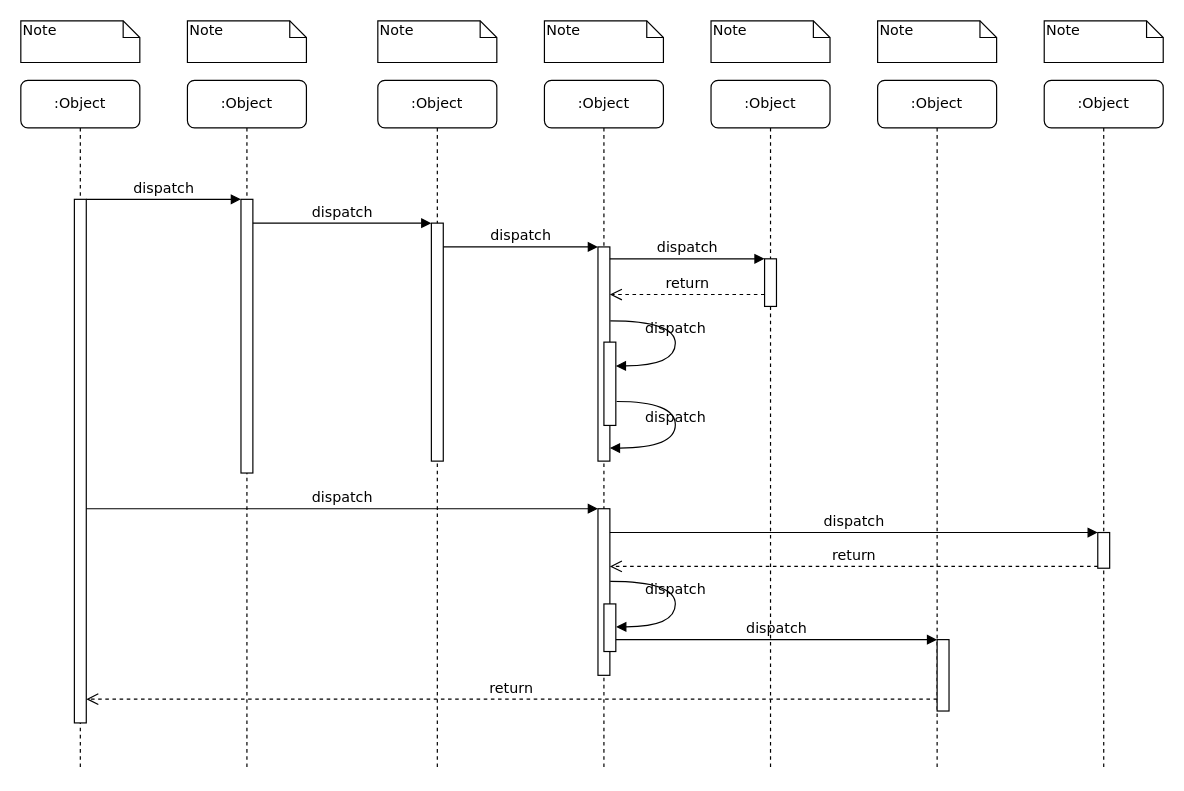
Earlier version of the draw.io diagram Untitled Diagram.drawio (ryota-kawachi/ryota-kawachi.github.io). Source tidied: cells renumbered, new cells numbered last; positions are measured from the earlier drawing's top-left corner, leaving out a move shared by most shapes. Both pictures are drawn from the tidied source at 119%, with x=0, y=0 at pixel (20, 20).
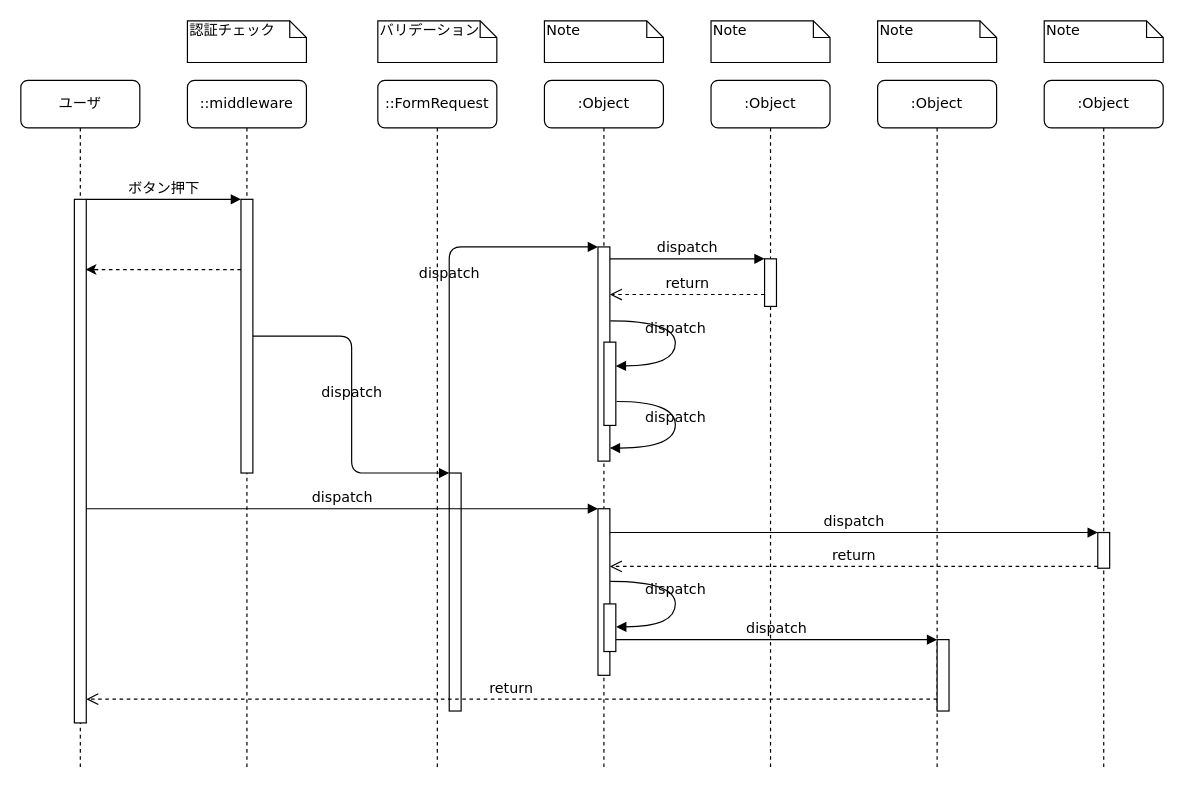
The same page after the edit.

The change refers to these unchanged cells:
```xml
<mxCell id="3" style="html=1;points=[];perimeter=orthogonalPerimeter;rounded=0;shadow=0;comic=0;labelBackgroundColor=none;strokeWidth=1;fontFamily=Verdana;fontSize=12;align=center;" parent="2" vertex="1">
  <mxGeometry x="45" y="100" width="10" height="230" as="geometry" />
</mxCell>
<mxCell id="11" style="html=1;points=[];perimeter=orthogonalPerimeter;rounded=0;shadow=0;comic=0;labelBackgroundColor=none;strokeWidth=1;fontFamily=Verdana;fontSize=12;align=center;" parent="10" vertex="1">
  <mxGeometry x="45" y="100" width="10" height="440" as="geometry" />
</mxCell>
```

Change to the diagram source:
```diff
@@
-    <mxCell id="2" value=":Object" style="shape=umlLifeline;perimeter=lifelinePerimeter;whiteSpace=wrap;html=1;rounded=1;shadow=0;comic=0;labelBackgroundColor=none;strokeWidth=1;fontFamily=Verdana;fontSize=12;align=center;" parent="1" vertex="1">
+    <mxCell id="2" value="::middleware" style="shape=umlLifeline;perimeter=lifelinePerimeter;whiteSpace=wrap;html=1;rounded=1;shadow=0;comic=0;labelBackgroundColor=none;strokeWidth=1;fontFamily=Verdana;fontSize=12;align=center;" parent="1" vertex="1">
       <mxGeometry x="140" y="50" width="100" height="580" as="geometry" />
     </mxCell>
@@
+    <mxCell id="39" style="endArrow=none;dashed=1;html=1;rounded=0;" parent="2" edge="1">
+      <mxGeometry relative="1" as="geometry">
+        <mxPoint x="-84" y="159" as="sourcePoint" />
+        <mxPoint x="45.5" y="159" as="targetPoint" />
+      </mxGeometry>
+    </mxCell>
-    <mxCell id="4" value=":Object" style="shape=umlLifeline;perimeter=lifelinePerimeter;whiteSpace=wrap;html=1;rounded=1;shadow=0;comic=0;labelBackgroundColor=none;strokeWidth=1;fontFamily=Verdana;fontSize=12;align=center;" parent="1" vertex="1">
+    <mxCell id="4" value="::FormRequest" style="shape=umlLifeline;perimeter=lifelinePerimeter;whiteSpace=wrap;html=1;rounded=1;shadow=0;comic=0;labelBackgroundColor=none;strokeWidth=1;fontFamily=Verdana;fontSize=12;align=center;" parent="1" vertex="1">
       <mxGeometry x="300" y="50" width="100" height="580" as="geometry" />
     </mxCell>
     <mxCell id="5" style="html=1;points=[];perimeter=orthogonalPerimeter;rounded=0;shadow=0;comic=0;labelBackgroundColor=none;strokeWidth=1;fontFamily=Verdana;fontSize=12;align=center;" parent="4" vertex="1">
-      <mxGeometry x="45" y="120" width="10" height="200" as="geometry" />
+      <mxGeometry x="60" y="330" width="10" height="200" as="geometry" />
     </mxCell>
@@
-    <mxCell id="10" value=":Object" style="shape=umlLifeline;perimeter=lifelinePerimeter;whiteSpace=wrap;html=1;rounded=1;shadow=0;comic=0;labelBackgroundColor=none;strokeWidth=1;fontFamily=Verdana;fontSize=12;align=center;" parent="1" vertex="1">
+    <mxCell id="10" value="ユーザ" style="shape=umlLifeline;perimeter=lifelinePerimeter;whiteSpace=wrap;html=1;rounded=1;shadow=0;comic=0;labelBackgroundColor=none;strokeWidth=1;fontFamily=Verdana;fontSize=12;align=center;" parent="1" vertex="1">
       <mxGeometry y="50" width="100" height="580" as="geometry" />
     </mxCell>
@@
-    <mxCell id="25" value="dispatch" style="html=1;verticalAlign=bottom;endArrow=block;entryX=0;entryY=0;labelBackgroundColor=none;fontFamily=Verdana;fontSize=12;edgeStyle=elbowEdgeStyle;elbow=vertical;" parent="1" edge="1" source="11" target="3">
+    <mxCell id="25" value="ボタン押下" style="html=1;verticalAlign=bottom;endArrow=block;entryX=0;entryY=0;labelBackgroundColor=none;fontFamily=Verdana;fontSize=12;edgeStyle=elbowEdgeStyle;elbow=vertical;" parent="1" edge="1" source="11" target="3">
       <mxGeometry relative="1" as="geometry" />
     </mxCell>
@@
-    <mxCell id="32" value="Note" style="shape=note;whiteSpace=wrap;html=1;size=14;verticalAlign=top;align=left;spacingTop=-6;rounded=0;shadow=0;comic=0;labelBackgroundColor=none;strokeWidth=1;fontFamily=Verdana;fontSize=12;" parent="1" vertex="1">
-      <mxGeometry width="100" height="35" as="geometry" />
-    </mxCell>
-    <mxCell id="33" value="Note" style="shape=note;whiteSpace=wrap;html=1;size=14;verticalAlign=top;align=left;spacingTop=-6;rounded=0;shadow=0;comic=0;labelBackgroundColor=none;strokeWidth=1;fontFamily=Verdana;fontSize=12;" parent="1" vertex="1">
+    <mxCell id="33" value="認証チェック" style="shape=note;whiteSpace=wrap;html=1;size=14;verticalAlign=top;align=left;spacingTop=-6;rounded=0;shadow=0;comic=0;labelBackgroundColor=none;strokeWidth=1;fontFamily=Verdana;fontSize=12;" parent="1" vertex="1">
       <mxGeometry x="140" width="100" height="35" as="geometry" />
     </mxCell>
-    <mxCell id="34" value="Note" style="shape=note;whiteSpace=wrap;html=1;size=14;verticalAlign=top;align=left;spacingTop=-6;rounded=0;shadow=0;comic=0;labelBackgroundColor=none;strokeWidth=1;fontFamily=Verdana;fontSize=12;" parent="1" vertex="1">
+    <mxCell id="34" value="バリデーション" style="shape=note;whiteSpace=wrap;html=1;size=14;verticalAlign=top;align=left;spacingTop=-6;rounded=0;shadow=0;comic=0;labelBackgroundColor=none;strokeWidth=1;fontFamily=Verdana;fontSize=12;" parent="1" vertex="1">
       <mxGeometry x="300" width="100" height="35" as="geometry" />
     </mxCell>
@@
+    <mxCell id="40" style="endArrow=classic;html=1;rounded=0;" parent="1" edge="1">
+      <mxGeometry relative="1" as="geometry">
+        <mxPoint x="65" y="209" as="sourcePoint" />
+        <mxPoint x="54.5" y="209" as="targetPoint" />
+      </mxGeometry>
+    </mxCell>
```
